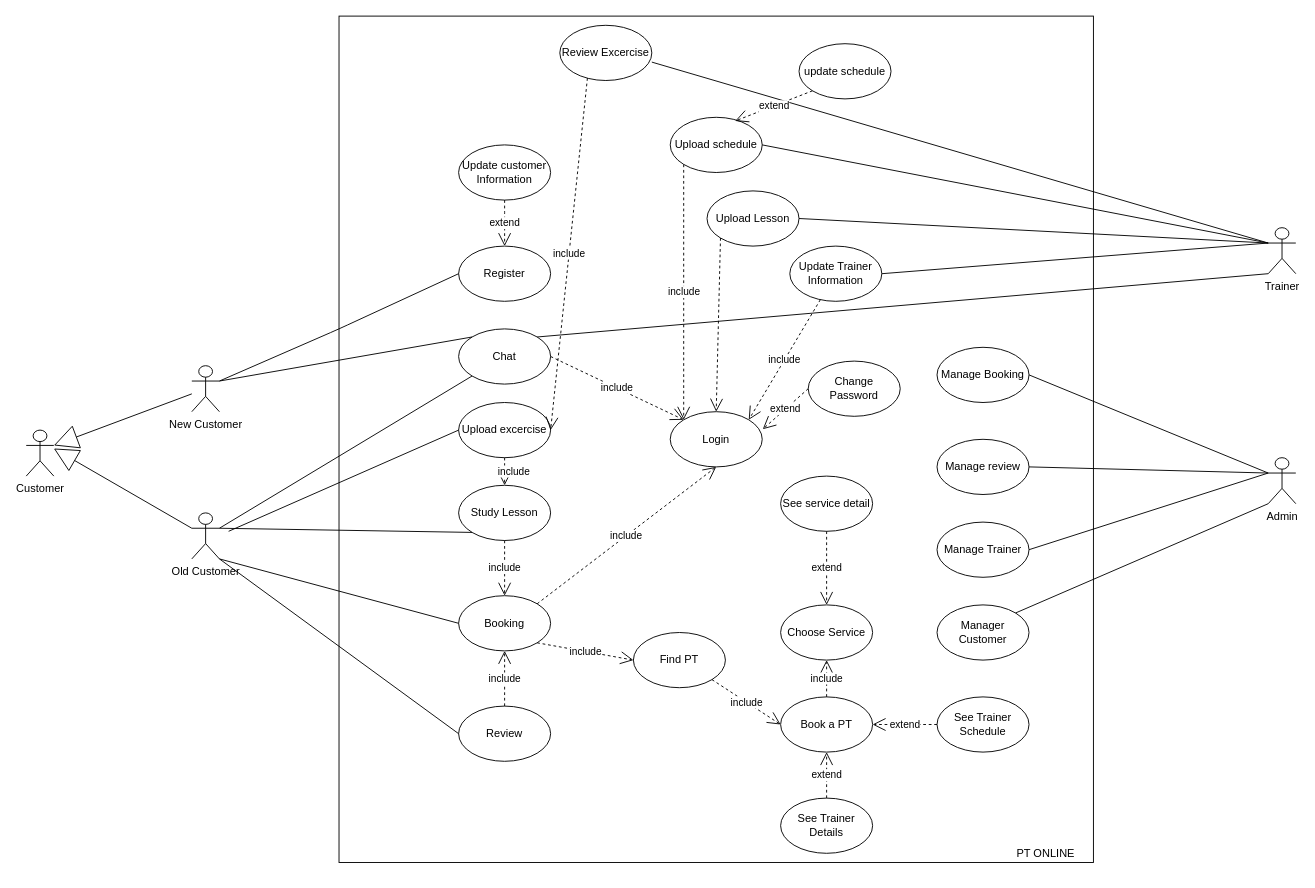
Earlier version of the draw.io diagram Untitled Diagram.drawio (caoquy2000/DBI). Source tidied: cells renumbered, new cells numbered last; positions are measured from the earlier drawing's top-left corner, leaving out a move shared by most shapes. Both pictures are drawn from the tidied source at 92%, with x=0, y=0 at pixel (26, 16).
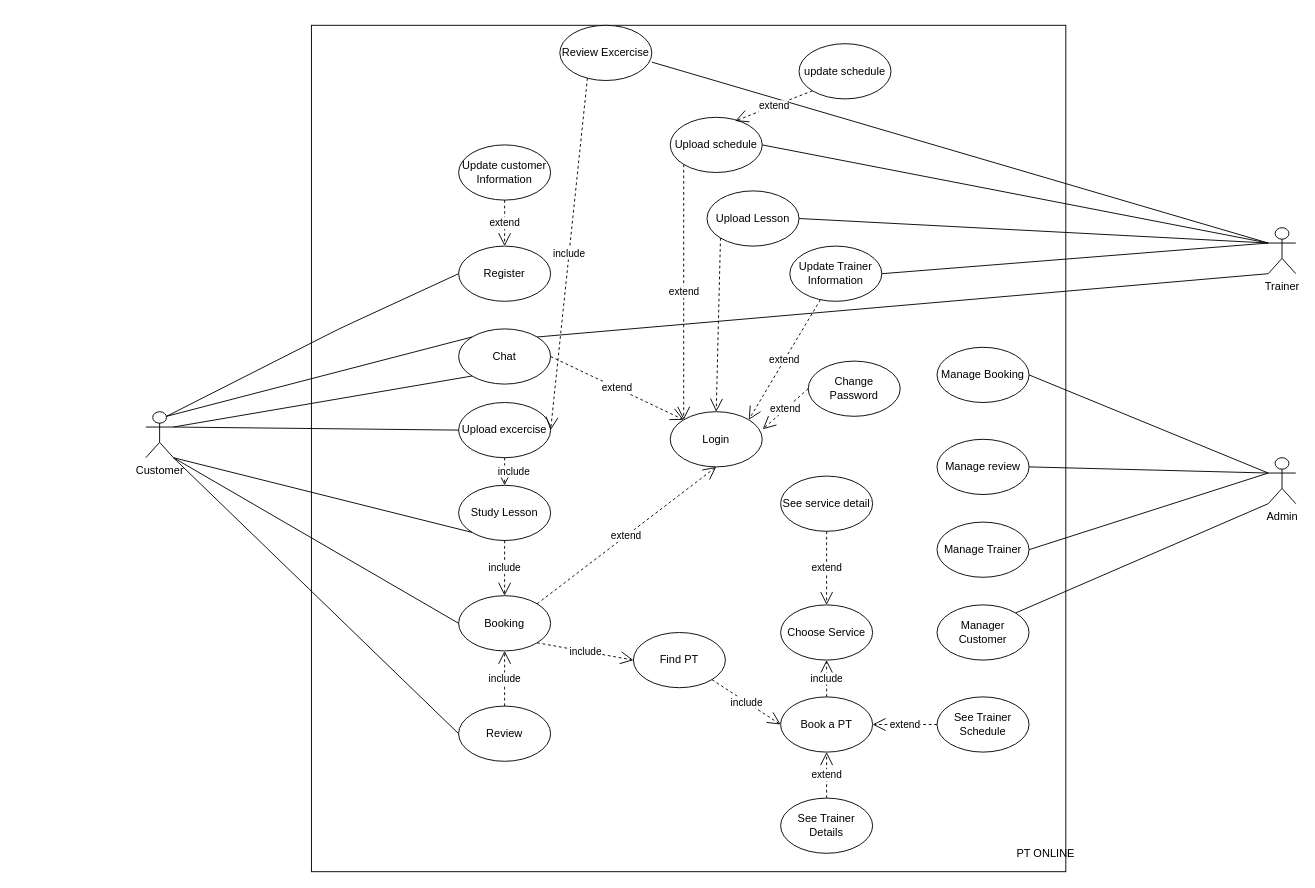
The same page after the edit.

Commit message:
Cập nhật Untitled Diagram.drawio

The change refers to these unchanged cells:
```xml
<mxCell id="6" value="Chat" style="ellipse;whiteSpace=wrap;html=1;" parent="1" vertex="1">
  <mxGeometry x="470" y="340" width="100" height="60" as="geometry" />
</mxCell>
<mxCell id="7" value="Register" style="ellipse;whiteSpace=wrap;html=1;" parent="1" vertex="1">
  <mxGeometry x="470" y="250" width="100" height="60" as="geometry" />
</mxCell>
<mxCell id="10" value="Study Lesson" style="ellipse;whiteSpace=wrap;html=1;" parent="1" vertex="1">
  <mxGeometry x="470" y="510" width="100" height="60" as="geometry" />
</mxCell>
<mxCell id="11" value="Booking" style="ellipse;whiteSpace=wrap;html=1;" parent="1" vertex="1">
  <mxGeometry x="470" y="630" width="100" height="60" as="geometry" />
</mxCell>
<mxCell id="13" value="Login" style="ellipse;whiteSpace=wrap;html=1;" parent="1" vertex="1">
  <mxGeometry x="700" y="430" width="100" height="60" as="geometry" />
</mxCell>
<mxCell id="36" value="Update Trainer Information" style="ellipse;whiteSpace=wrap;html=1;" parent="1" vertex="1">
  <mxGeometry x="830" y="250" width="100" height="60" as="geometry" />
</mxCell>
<mxCell id="42" value="Upload schedule" style="ellipse;whiteSpace=wrap;html=1;" parent="1" vertex="1">
  <mxGeometry x="700" y="110" width="100" height="60" as="geometry" />
</mxCell>
<mxCell id="54" value="Review" style="ellipse;whiteSpace=wrap;html=1;" parent="1" vertex="1">
  <mxGeometry x="470" y="750" width="100" height="60" as="geometry" />
</mxCell>
<mxCell id="58" value="Upload excercise" style="ellipse;whiteSpace=wrap;html=1;" parent="1" vertex="1">
  <mxGeometry x="470" y="420" width="100" height="60" as="geometry" />
</mxCell>
```

Change to the diagram source:
```diff
@@
     <mxCell id="2" style="rounded=0;whiteSpace=wrap;html=1;" parent="1" vertex="1">
-      <mxGeometry x="340" width="820" height="920" as="geometry" />
+      <mxGeometry x="310" y="10" width="820" height="920" as="geometry" />
     </mxCell>
     <mxCell id="3" value="Customer" style="shape=umlActor;verticalLabelPosition=bottom;verticalAlign=top;html=1;labelPosition=center;align=center;" parent="1" vertex="1">
-      <mxGeometry y="450" width="30" height="50" as="geometry" />
+      <mxGeometry x="130" y="430" width="30" height="50" as="geometry" />
     </mxCell>
-    <mxCell id="4" value="New Customer" style="shape=umlActor;verticalLabelPosition=bottom;verticalAlign=top;html=1;labelPosition=center;align=center;" parent="1" vertex="1">
-      <mxGeometry x="180" y="380" width="30" height="50" as="geometry" />
-    </mxCell>
-    <mxCell id="5" value="Old Customer" style="shape=umlActor;verticalLabelPosition=bottom;verticalAlign=top;html=1;labelPosition=center;align=center;" parent="1" vertex="1">
-      <mxGeometry x="180" y="540" width="30" height="50" as="geometry" />
-    </mxCell>
@@
-    <mxCell id="20" style="endArrow=block;endFill=0;endSize=24;html=1;entryX=1;entryY=0.3333333333333333;entryDx=0;entryDy=0;entryPerimeter=0;" parent="1" edge="1" source="4" target="3">
-      <mxGeometry relative="1" as="geometry" />
-    </mxCell>
-    <mxCell id="21" style="endArrow=block;endFill=0;endSize=24;html=1;exitX=0;exitY=0.3333333333333333;exitDx=0;exitDy=0;exitPerimeter=0;" parent="1" edge="1" source="5">
-      <mxGeometry relative="1" as="geometry">
-        <mxPoint x="30" y="470" as="targetPoint" />
-      </mxGeometry>
-    </mxCell>
-    <mxCell id="22" style="endArrow=none;endSize=12;html=1;exitX=1;exitY=0.3333333333333333;exitDx=0;exitDy=0;exitPerimeter=0;entryX=0;entryY=0.5;entryDx=0;entryDy=0;endFill=0;" parent="1" edge="1" source="4" target="7">
+    <mxCell id="22" style="endArrow=none;endSize=12;html=1;exitX=0.75;exitY=0.1;exitDx=0;exitDy=0;exitPerimeter=0;entryX=0;entryY=0.5;entryDx=0;entryDy=0;endFill=0;" parent="1" edge="1" source="3" target="7">
       <mxGeometry relative="1" as="geometry">
         <Array as="points">
           <mxPoint x="340" y="340" />
         </Array>
       </mxGeometry>
     </mxCell>
-    <mxCell id="23" style="endArrow=none;endSize=12;html=1;exitX=1;exitY=0.3333333333333333;exitDx=0;exitDy=0;exitPerimeter=0;entryX=0;entryY=1;entryDx=0;entryDy=0;endFill=0;" parent="1" edge="1" source="5" target="6">
+    <mxCell id="23" style="endArrow=none;endSize=12;html=1;exitX=1;exitY=0.3333333333333333;exitDx=0;exitDy=0;exitPerimeter=0;entryX=0;entryY=1;entryDx=0;entryDy=0;endFill=0;" parent="1" edge="1" source="3" target="6">
       <mxGeometry relative="1" as="geometry" />
     </mxCell>
-    <mxCell id="24" style="endArrow=none;endSize=12;html=1;exitX=1;exitY=0.3333333333333333;exitDx=0;exitDy=0;exitPerimeter=0;entryX=0;entryY=1;entryDx=0;entryDy=0;endFill=0;" parent="1" edge="1" source="5" target="10">
+    <mxCell id="24" style="endArrow=none;endSize=12;html=1;exitX=1;exitY=1;exitDx=0;exitDy=0;exitPerimeter=0;entryX=0;entryY=1;entryDx=0;entryDy=0;endFill=0;" parent="1" edge="1" source="3" target="10">
       <mxGeometry x="-0.05" y="-2" relative="1" as="geometry" />
     </mxCell>
-    <mxCell id="25" style="endArrow=none;endSize=12;html=1;exitX=1;exitY=1;exitDx=0;exitDy=0;exitPerimeter=0;entryX=0;entryY=0.5;entryDx=0;entryDy=0;endFill=0;" parent="1" edge="1" source="5" target="11">
+    <mxCell id="25" style="endArrow=none;endSize=12;html=1;exitX=1;exitY=1;exitDx=0;exitDy=0;exitPerimeter=0;entryX=0;entryY=0.5;entryDx=0;entryDy=0;endFill=0;" parent="1" edge="1" source="3" target="11">
       <mxGeometry relative="1" as="geometry" />
     </mxCell>
@@
-    <mxCell id="27" value="include" style="endArrow=open;endSize=12;dashed=1;html=1;exitX=1;exitY=0.5;exitDx=0;exitDy=0;entryX=0;entryY=0;entryDx=0;entryDy=0;" parent="1" edge="1" source="6" target="13">
+    <mxCell id="27" value="extend" style="endArrow=open;endSize=12;dashed=1;html=1;exitX=1;exitY=0.5;exitDx=0;exitDy=0;entryX=0;entryY=0;entryDx=0;entryDy=0;" parent="1" edge="1" source="6" target="13">
       <mxGeometry relative="1" as="geometry" />
     </mxCell>
@@
-    <mxCell id="33" style="endArrow=none;endSize=12;html=1;exitX=1;exitY=0.3333333333333333;exitDx=0;exitDy=0;exitPerimeter=0;entryX=0;entryY=0;entryDx=0;entryDy=0;endFill=0;" parent="1" edge="1" source="4" target="6">
+    <mxCell id="33" style="endArrow=none;endSize=12;html=1;exitX=0.75;exitY=0.1;exitDx=0;exitDy=0;exitPerimeter=0;entryX=0;entryY=0;entryDx=0;entryDy=0;endFill=0;" parent="1" edge="1" source="3" target="6">
       <mxGeometry x="0.09" y="1" relative="1" as="geometry">
         <mxPoint y="1" as="offset" />
       </mxGeometry>
     </mxCell>
@@
-    <mxCell id="35" value="include" style="endArrow=open;endSize=12;dashed=1;html=1;exitX=1;exitY=0;exitDx=0;exitDy=0;entryX=0.5;entryY=1;entryDx=0;entryDy=0;" parent="1" edge="1" source="11" target="13">
+    <mxCell id="35" value="extend" style="endArrow=open;endSize=12;dashed=1;html=1;exitX=1;exitY=0;exitDx=0;exitDy=0;entryX=0.5;entryY=1;entryDx=0;entryDy=0;" parent="1" edge="1" source="11" target="13">
       <mxGeometry relative="1" as="geometry" />
     </mxCell>
@@
-    <mxCell id="46" value="include" style="endArrow=open;endSize=12;dashed=1;html=1;entryX=1;entryY=0;entryDx=0;entryDy=0;" parent="1" edge="1" source="36" target="13">
+    <mxCell id="46" value="extend" style="endArrow=open;endSize=12;dashed=1;html=1;entryX=1;entryY=0;entryDx=0;entryDy=0;" parent="1" edge="1" source="36" target="13">
       <mxGeometry relative="1" as="geometry" />
     </mxCell>
@@
-    <mxCell id="48" value="include" style="endArrow=open;endSize=12;dashed=1;html=1;exitX=0;exitY=1;exitDx=0;exitDy=0;entryX=0;entryY=0;entryDx=0;entryDy=0;" parent="1" edge="1" source="42" target="13">
+    <mxCell id="48" value="extend" style="endArrow=open;endSize=12;dashed=1;html=1;exitX=0;exitY=1;exitDx=0;exitDy=0;entryX=0;entryY=0;entryDx=0;entryDy=0;" parent="1" edge="1" source="42" target="13">
       <mxGeometry relative="1" as="geometry" />
     </mxCell>
@@
-    <mxCell id="55" style="endArrow=none;endSize=12;html=1;exitX=1;exitY=1;exitDx=0;exitDy=0;exitPerimeter=0;entryX=0;entryY=0.5;entryDx=0;entryDy=0;endFill=0;" parent="1" edge="1" source="5" target="54">
+    <mxCell id="55" style="endArrow=none;endSize=12;html=1;exitX=1;exitY=1;exitDx=0;exitDy=0;exitPerimeter=0;entryX=0;entryY=0.5;entryDx=0;entryDy=0;endFill=0;" parent="1" edge="1" source="3" target="54">
       <mxGeometry x="0.06" y="8" relative="1" as="geometry" />
     </mxCell>
@@
-    <mxCell id="59" style="endArrow=none;endSize=12;html=1;entryX=0;entryY=0.5;entryDx=0;entryDy=0;endFill=0;" parent="1" edge="1" target="58">
-      <mxGeometry x="0.14" y="8" relative="1" as="geometry">
-        <mxPoint x="220" y="560" as="sourcePoint" />
-      </mxGeometry>
+    <mxCell id="59" style="endArrow=none;endSize=12;html=1;entryX=0;entryY=0.5;entryDx=0;entryDy=0;endFill=0;exitX=1;exitY=0.3333333333333333;exitDx=0;exitDy=0;exitPerimeter=0;" parent="1" edge="1" source="3" target="58">
+      <mxGeometry x="0.14" y="8" relative="1" as="geometry" />
     </mxCell>
```
